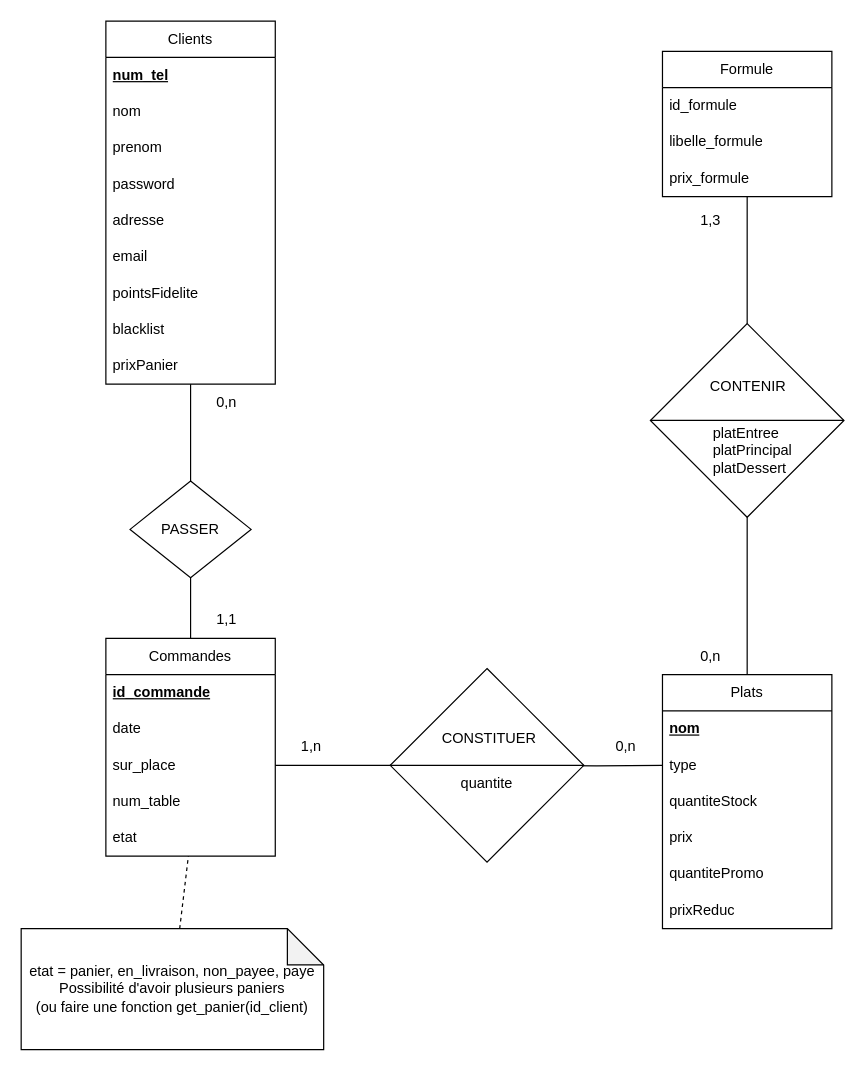
Before: diagrammes/MCD/MCD_OUMAMI_V1.drawio in LeskGit/SAE_FI, a draw.io diagram. Source tidied: cells renumbered, new cells numbered last; positions are measured from the earlier drawing's top-left corner, leaving out a move shared by most shapes. Both pictures are drawn from the tidied source at 121%, with x=0, y=0 at pixel (21, 21).
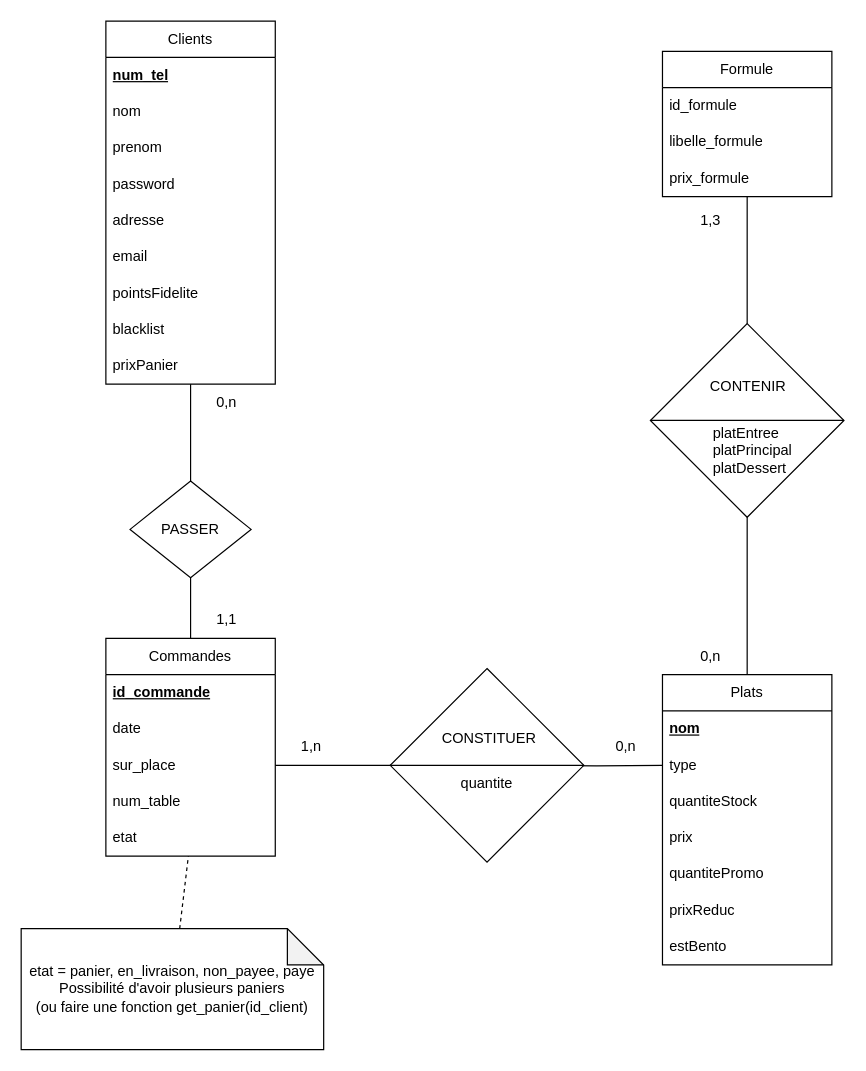
Above is the later version.

Commit message (it also covers changes not shown here):
Modification du MCD

What changed in the source:
```diff
@@
     <mxCell id="22" value="Plats" style="swimlane;fontStyle=0;horizontal=1;startSize=30;whiteSpace=wrap;html=1;" parent="1" vertex="1">
-      <mxGeometry x="530" y="540" width="140" height="210" as="geometry" />
+      <mxGeometry x="530" y="540" width="140" height="240" as="geometry" />
     </mxCell>
@@
+    <mxCell id="49" value="estBento" style="text;strokeColor=none;fillColor=none;align=left;verticalAlign=middle;spacingLeft=4;spacingRight=4;overflow=hidden;whiteSpace=wrap;html=1;" parent="22" vertex="1">
+      <mxGeometry y="210" width="140" height="30" as="geometry" />
+    </mxCell>
```
